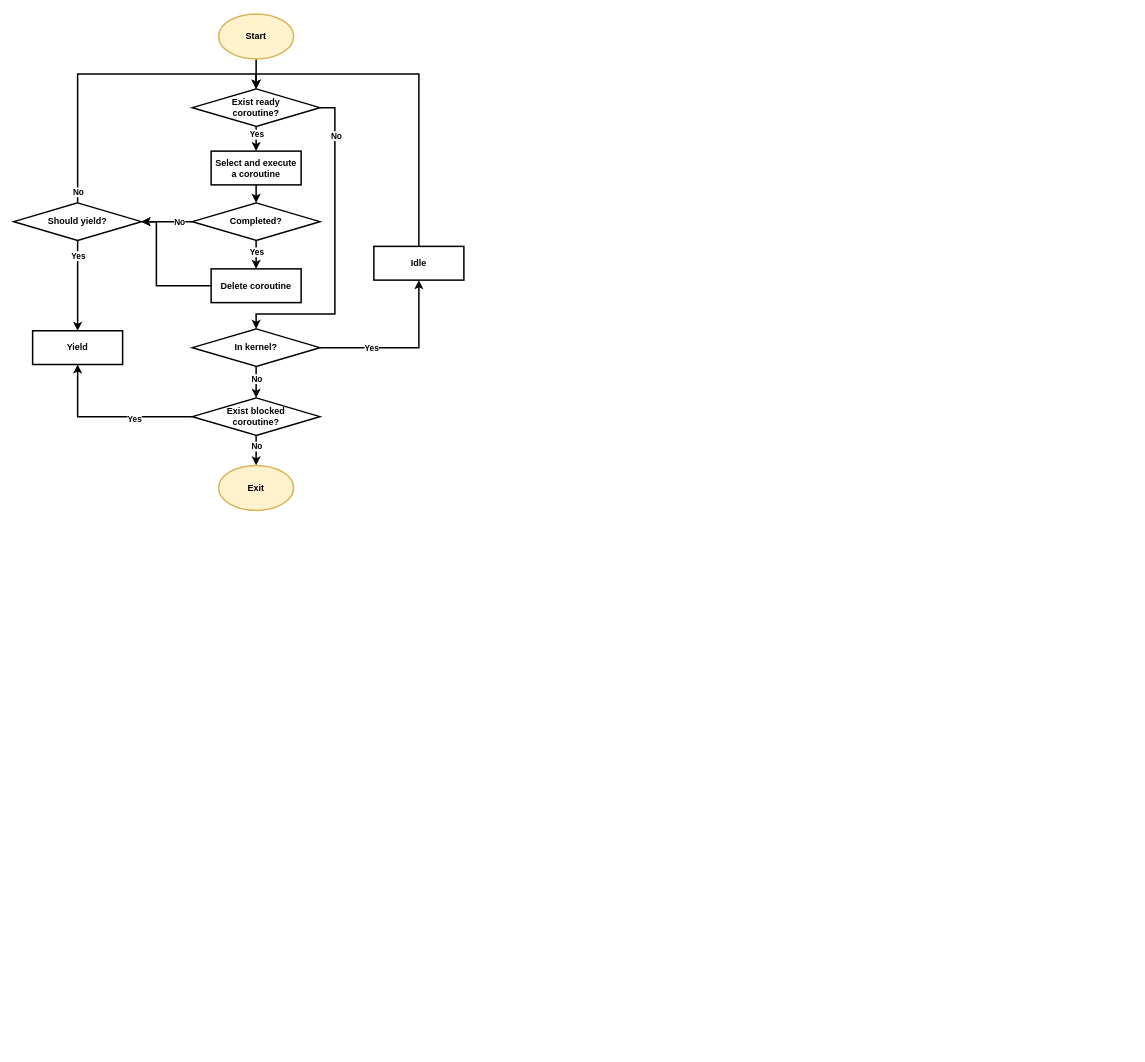
Above: Article/assets/flow.drawio in zflcs/SharedScheduler (draw.io), before the change. Source tidied: cells renumbered, new cells numbered last; positions are measured from the earlier drawing's top-left corner, leaving out a move shared by most shapes. Both pictures are drawn from the tidied source at 75%, with x=0, y=0 at pixel (14, 14).
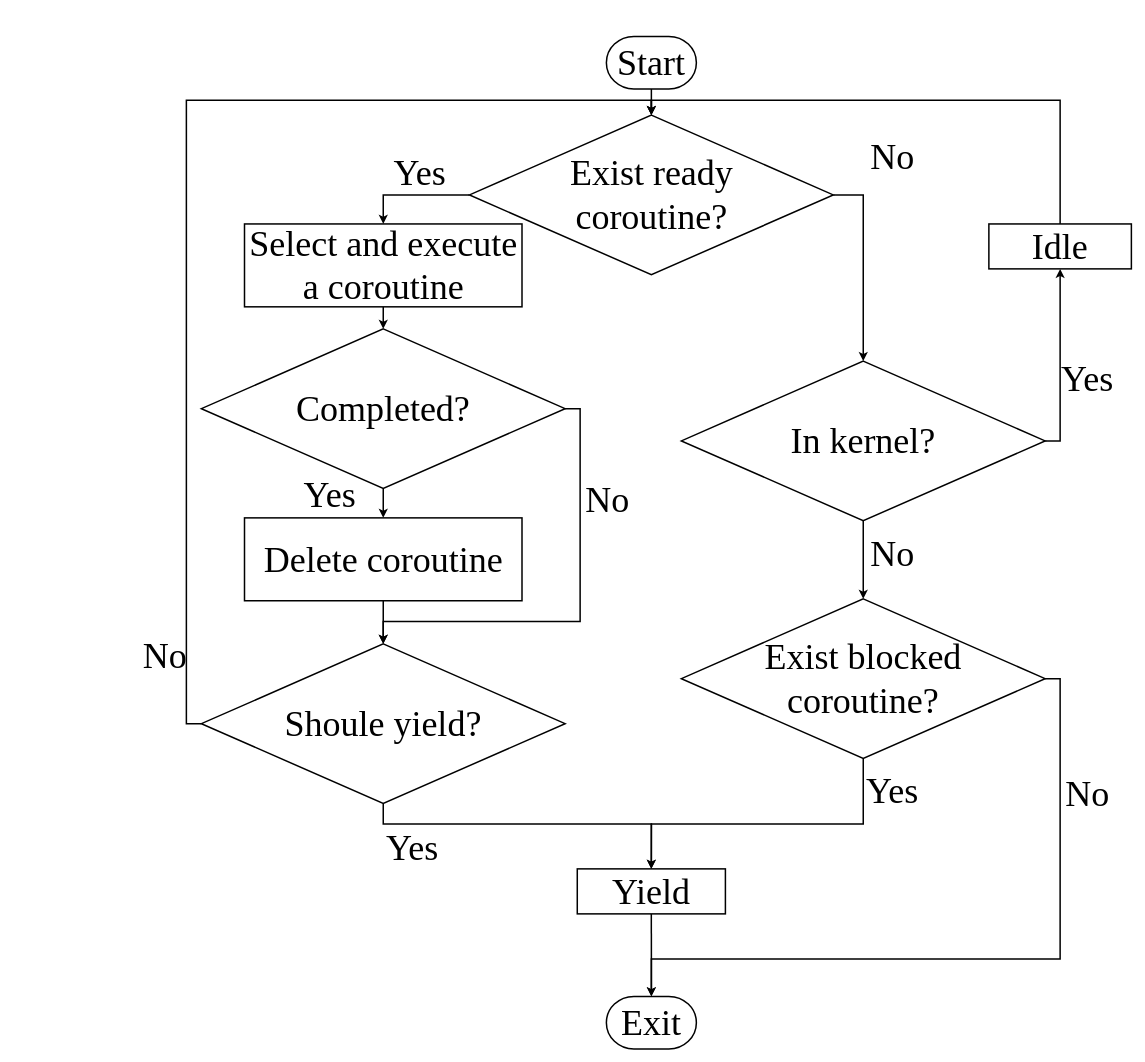
After the change.

What changed in the source:
```diff
@@
-    <mxCell id="2" style="edgeStyle=orthogonalEdgeStyle;rounded=0;jettySize=auto;html=1;strokeWidth=2;fontStyle=1;" parent="1" edge="1" source="6" target="8">
-      <mxGeometry relative="1" as="geometry" />
-    </mxCell>
-    <mxCell id="3" value="Yes" style="edgeLabel;html=1;align=center;verticalAlign=middle;fontStyle=1;" parent="2" vertex="1">
-      <mxGeometry x="-0.1" y="-2" relative="1" as="geometry">
-        <mxPoint x="-2" y="-9" as="offset" />
-      </mxGeometry>
-    </mxCell>
-    <mxCell id="4" style="edgeStyle=orthogonalEdgeStyle;rounded=0;jettySize=auto;html=1;exitX=1;exitY=0.5;exitDx=0;exitDy=0;entryX=0.5;entryY=0;entryDx=0;entryDy=0;strokeWidth=2;fontStyle=1;" parent="1" edge="1" source="6" target="36">
-      <mxGeometry relative="1" as="geometry">
-        <Array as="points">
-          <mxPoint x="428" y="125" />
-          <mxPoint x="428" y="400" />
-          <mxPoint x="323" y="400" />
-        </Array>
-      </mxGeometry>
-    </mxCell>
-    <mxCell id="5" value="No" style="edgeLabel;html=1;align=center;verticalAlign=middle;fontStyle=1;" parent="4" vertex="1">
-      <mxGeometry x="-0.01" y="1" relative="1" as="geometry">
-        <mxPoint y="-151" as="offset" />
-      </mxGeometry>
-    </mxCell>
-    <mxCell id="6" value="Exist ready &lt;br&gt;coroutine?" style="rhombus;whiteSpace=wrap;html=1;strokeWidth=2;fontStyle=1;" parent="1" vertex="1">
-      <mxGeometry x="238" y="100" width="170" height="50" as="geometry" />
-    </mxCell>
+    <mxCell id="32" style="edgeStyle=orthogonalEdgeStyle;rounded=0;jettySize=auto;html=1;exitX=0.5;exitY=1;exitDx=0;exitDy=0;exitPerimeter=0;entryX=0.5;entryY=0;entryDx=0;entryDy=0;strokeWidth=2;" parent="1" edge="1" source="33" target="6">
+      <mxGeometry relative="1" as="geometry" />
+    </mxCell>
+    <mxCell id="33" value="&lt;font face=&quot;Times New Roman&quot; style=&quot;font-size: 48px;&quot;&gt;Start&lt;/font&gt;" style="strokeWidth=2;html=1;shape=mxgraph.flowchart.terminator;whiteSpace=wrap;" parent="1" vertex="1">
+      <mxGeometry x="790" y="30" width="120" height="70" as="geometry" />
+    </mxCell>
-    <mxCell id="7" style="edgeStyle=orthogonalEdgeStyle;rounded=0;jettySize=auto;html=1;entryX=0.5;entryY=0;entryDx=0;entryDy=0;strokeWidth=2;fontStyle=1;" parent="1" edge="1" source="8" target="13">
+    <mxCell id="7" style="edgeStyle=orthogonalEdgeStyle;rounded=0;jettySize=auto;html=1;exitX=0.5;exitY=1;exitDx=0;exitDy=0;entryX=0.5;entryY=0;entryDx=0;entryDy=0;strokeWidth=2;" parent="1" edge="1" source="8" target="13">
       <mxGeometry relative="1" as="geometry" />
     </mxCell>
-    <mxCell id="8" value="Select and execute a coroutine" style="whiteSpace=wrap;html=1;strokeWidth=2;fontStyle=1;" parent="1" vertex="1">
-      <mxGeometry x="263" y="183" width="120" height="45" as="geometry" />
+    <mxCell id="8" value="&lt;font style=&quot;font-size: 48px;&quot; face=&quot;Times New Roman&quot;&gt;Select and execute a coroutine&lt;/font&gt;" style="whiteSpace=wrap;html=1;strokeWidth=2;" parent="1" vertex="1">
+      <mxGeometry x="307.5" y="280.1" width="370" height="110.5" as="geometry" />
     </mxCell>
+    <mxCell id="37" style="edgeStyle=orthogonalEdgeStyle;rounded=0;jettySize=auto;html=1;exitX=0.5;exitY=1;exitDx=0;exitDy=0;entryX=0.5;entryY=0;entryDx=0;entryDy=0;strokeWidth=2;" parent="1" edge="1" source="15" target="52">
+      <mxGeometry relative="1" as="geometry" />
+    </mxCell>
+    <mxCell id="15" value="&lt;font style=&quot;font-size: 48px;&quot; face=&quot;Times New Roman&quot;&gt;Delete coroutine&lt;/font&gt;" style="whiteSpace=wrap;html=1;strokeWidth=2;" parent="1" vertex="1">
+      <mxGeometry x="307.5" y="672" width="370" height="110.5" as="geometry" />
+    </mxCell>
+    <mxCell id="38" style="edgeStyle=orthogonalEdgeStyle;rounded=0;jettySize=auto;html=1;exitX=0.5;exitY=1;exitDx=0;exitDy=0;entryX=0.5;entryY=0;entryDx=0;entryDy=0;entryPerimeter=0;strokeWidth=2;" parent="1" edge="1" source="28" target="25">
+      <mxGeometry relative="1" as="geometry" />
+    </mxCell>
+    <mxCell id="28" value="&lt;font style=&quot;font-size: 48px;&quot; face=&quot;Times New Roman&quot;&gt;Yield&lt;/font&gt;" style="whiteSpace=wrap;html=1;strokeWidth=2;" parent="1" vertex="1">
+      <mxGeometry x="751.2" y="1140" width="197.5" height="60" as="geometry" />
+    </mxCell>
+    <mxCell id="34" style="edgeStyle=orthogonalEdgeStyle;rounded=0;jettySize=auto;html=1;exitX=0.5;exitY=1;exitDx=0;exitDy=0;entryX=0.5;entryY=0;entryDx=0;entryDy=0;strokeWidth=2;" parent="1" edge="1" source="31" target="28">
+      <mxGeometry relative="1" as="geometry">
+        <Array as="points">
+          <mxPoint x="1133" y="1080" />
+          <mxPoint x="850" y="1080" />
+        </Array>
+      </mxGeometry>
+    </mxCell>
+    <mxCell id="39" value="&lt;font style=&quot;font-size: 48px;&quot; face=&quot;Times New Roman&quot;&gt;Yes&lt;/font&gt;" style="edgeLabel;html=1;align=center;verticalAlign=middle;labelBackgroundColor=none;" parent="34" vertex="1">
+      <mxGeometry x="-0.81" y="10" relative="1" as="geometry">
+        <mxPoint x="28" y="1" as="offset" />
+      </mxGeometry>
+    </mxCell>
+    <mxCell id="29" style="edgeStyle=orthogonalEdgeStyle;rounded=0;jettySize=auto;html=1;exitX=1;exitY=0.5;exitDx=0;exitDy=0;entryX=0.5;entryY=0;entryDx=0;entryDy=0;entryPerimeter=0;strokeWidth=2;" parent="1" edge="1" source="31" target="25">
+      <mxGeometry relative="1" as="geometry">
+        <Array as="points">
+          <mxPoint x="1395" y="886" />
+          <mxPoint x="1395" y="1260" />
+          <mxPoint x="850" y="1260" />
+        </Array>
+      </mxGeometry>
+    </mxCell>
+    <mxCell id="40" value="&lt;font style=&quot;font-size: 48px;&quot; face=&quot;Times New Roman&quot;&gt;No&lt;/font&gt;" style="edgeLabel;html=1;align=center;verticalAlign=middle;labelBackgroundColor=none;" parent="29" vertex="1">
+      <mxGeometry x="-0.65" relative="1" as="geometry">
+        <mxPoint x="35" y="-1" as="offset" />
+      </mxGeometry>
+    </mxCell>
+    <mxCell id="31" value="&lt;font style=&quot;font-size: 48px;&quot; face=&quot;Times New Roman&quot;&gt;Exist blocked&lt;br style=&quot;border-color: var(--border-color);&quot;&gt;coroutine?&lt;/font&gt;" style="rhombus;whiteSpace=wrap;html=1;strokeWidth=2;" parent="1" vertex="1">
+      <mxGeometry x="890" y="780" width="485" height="212.8" as="geometry" />
+    </mxCell>
+    <mxCell id="23" style="edgeStyle=orthogonalEdgeStyle;rounded=0;jettySize=auto;html=1;exitX=0.5;exitY=1;exitDx=0;exitDy=0;entryX=0.5;entryY=0;entryDx=0;entryDy=0;strokeWidth=2;" parent="1" edge="1" source="36" target="31">
+      <mxGeometry relative="1" as="geometry" />
+    </mxCell>
+    <mxCell id="41" value="&lt;font style=&quot;font-size: 48px;&quot; face=&quot;Times New Roman&quot;&gt;No&lt;/font&gt;" style="edgeLabel;html=1;align=center;verticalAlign=middle;labelBackgroundColor=none;" parent="23" vertex="1">
+      <mxGeometry x="-0.38" y="5" relative="1" as="geometry">
+        <mxPoint x="33" y="12" as="offset" />
+      </mxGeometry>
+    </mxCell>
+    <mxCell id="21" style="edgeStyle=orthogonalEdgeStyle;rounded=0;jettySize=auto;html=1;exitX=1;exitY=0.5;exitDx=0;exitDy=0;entryX=0.5;entryY=1;entryDx=0;entryDy=0;strokeWidth=2;" parent="1" edge="1" source="36" target="27">
+      <mxGeometry relative="1" as="geometry" />
+    </mxCell>
+    <mxCell id="42" value="&lt;font style=&quot;font-size: 48px;&quot; face=&quot;Times New Roman&quot;&gt;Yes&lt;/font&gt;" style="edgeLabel;html=1;align=center;verticalAlign=middle;labelBackgroundColor=none;" parent="21" vertex="1">
+      <mxGeometry x="-0.16" y="-4" relative="1" as="geometry">
+        <mxPoint x="31" y="1" as="offset" />
+      </mxGeometry>
+    </mxCell>
+    <mxCell id="36" value="&lt;font face=&quot;Times New Roman&quot;&gt;&lt;span style=&quot;font-size: 48px;&quot;&gt;In kernel?&lt;/span&gt;&lt;/font&gt;" style="rhombus;whiteSpace=wrap;html=1;strokeWidth=2;" parent="1" vertex="1">
+      <mxGeometry x="890" y="463" width="485" height="212.8" as="geometry" />
+    </mxCell>
+    <mxCell id="2" style="edgeStyle=orthogonalEdgeStyle;rounded=0;jettySize=auto;html=1;exitX=0;exitY=0.5;exitDx=0;exitDy=0;entryX=0.5;entryY=0;entryDx=0;entryDy=0;strokeWidth=2;" parent="1" edge="1" source="6" target="8">
+      <mxGeometry relative="1" as="geometry" />
+    </mxCell>
+    <mxCell id="43" value="&lt;font style=&quot;font-size: 48px;&quot; face=&quot;Times New Roman&quot;&gt;Yes&lt;/font&gt;" style="edgeLabel;html=1;align=center;verticalAlign=middle;labelBackgroundColor=none;" parent="2" vertex="1">
+      <mxGeometry x="-0.26" y="-4" relative="1" as="geometry">
+        <mxPoint x="-10" y="-27" as="offset" />
+      </mxGeometry>
+    </mxCell>
+    <mxCell id="4" style="edgeStyle=orthogonalEdgeStyle;rounded=0;jettySize=auto;html=1;exitX=1;exitY=0.5;exitDx=0;exitDy=0;entryX=0.5;entryY=0;entryDx=0;entryDy=0;strokeWidth=2;" parent="1" edge="1" source="6" target="36">
+      <mxGeometry relative="1" as="geometry" />
+    </mxCell>
+    <mxCell id="44" value="&lt;font style=&quot;font-size: 48px;&quot; face=&quot;Times New Roman&quot;&gt;No&lt;/font&gt;" style="edgeLabel;html=1;align=center;verticalAlign=middle;labelBackgroundColor=none;" parent="4" vertex="1">
+      <mxGeometry x="-0.27" y="6" relative="1" as="geometry">
+        <mxPoint x="32" y="-107" as="offset" />
+      </mxGeometry>
+    </mxCell>
+    <mxCell id="6" value="&lt;font style=&quot;font-size: 48px;&quot; face=&quot;Times New Roman&quot;&gt;Exist ready&lt;br style=&quot;border-color: var(--border-color);&quot;&gt;&lt;span style=&quot;&quot;&gt;coroutine?&lt;/span&gt;&lt;/font&gt;" style="rhombus;whiteSpace=wrap;html=1;strokeWidth=2;" parent="1" vertex="1">
+      <mxGeometry x="607.5" y="135" width="485" height="212.8" as="geometry" />
+    </mxCell>
-    <mxCell id="9" style="edgeStyle=orthogonalEdgeStyle;rounded=0;jettySize=auto;html=1;entryX=0.5;entryY=0;entryDx=0;entryDy=0;strokeWidth=2;fontStyle=1;" parent="1" edge="1" source="13" target="15">
+    <mxCell id="9" style="edgeStyle=orthogonalEdgeStyle;rounded=0;jettySize=auto;html=1;exitX=0.5;exitY=1;exitDx=0;exitDy=0;entryX=0.5;entryY=0;entryDx=0;entryDy=0;strokeWidth=2;" parent="1" edge="1" source="13" target="15">
       <mxGeometry relative="1" as="geometry" />
     </mxCell>
-    <mxCell id="10" value="Yes" style="edgeLabel;html=1;align=center;verticalAlign=middle;fontStyle=1;" parent="9" vertex="1">
-      <mxGeometry x="0.22" y="-3" relative="1" as="geometry">
-        <mxPoint x="3" y="-7" as="offset" />
-      </mxGeometry>
-    </mxCell>
-    <mxCell id="11" style="edgeStyle=orthogonalEdgeStyle;rounded=0;jettySize=auto;html=1;exitX=0;exitY=0.5;exitDx=0;exitDy=0;entryX=1;entryY=0.5;entryDx=0;entryDy=0;strokeWidth=2;" parent="1" edge="1" source="13" target="20">
-      <mxGeometry relative="1" as="geometry">
-        <Array as="points">
-          <mxPoint x="190" y="277" />
-          <mxPoint x="190" y="277" />
-        </Array>
-      </mxGeometry>
-    </mxCell>
-    <mxCell id="12" value="&lt;b style=&quot;border-color: var(--border-color);&quot;&gt;No&lt;/b&gt;" style="edgeLabel;html=1;align=center;verticalAlign=middle;" parent="11" vertex="1">
-      <mxGeometry x="0.15" y="1" relative="1" as="geometry">
-        <mxPoint x="21" y="-1" as="offset" />
-      </mxGeometry>
-    </mxCell>
+    <mxCell id="45" value="&lt;font style=&quot;font-size: 48px;&quot; face=&quot;Times New Roman&quot;&gt;Yes&lt;/font&gt;" style="edgeLabel;html=1;align=center;verticalAlign=middle;labelBackgroundColor=none;" parent="9" vertex="1">
+      <mxGeometry x="-0.43" y="6" relative="1" as="geometry">
+        <mxPoint x="-78" y="-3" as="offset" />
+      </mxGeometry>
+    </mxCell>
+    <mxCell id="46" style="edgeStyle=orthogonalEdgeStyle;rounded=0;jettySize=auto;html=1;exitX=1;exitY=0.5;exitDx=0;exitDy=0;entryX=0.5;entryY=0;entryDx=0;entryDy=0;strokeWidth=2;" parent="1" edge="1" source="13" target="52">
+      <mxGeometry relative="1" as="geometry">
+        <Array as="points">
+          <mxPoint x="755" y="526" />
+          <mxPoint x="755" y="810" />
+          <mxPoint x="493" y="810" />
+        </Array>
+      </mxGeometry>
+    </mxCell>
+    <mxCell id="47" value="&lt;font style=&quot;font-size: 48px;&quot; face=&quot;Times New Roman&quot;&gt;No&lt;/font&gt;" style="edgeLabel;html=1;align=center;verticalAlign=middle;labelBackgroundColor=none;" parent="46" vertex="1">
+      <mxGeometry x="-0.53" y="4" relative="1" as="geometry">
+        <mxPoint x="31" as="offset" />
+      </mxGeometry>
+    </mxCell>
-    <mxCell id="13" value="Completed?" style="rhombus;whiteSpace=wrap;html=1;strokeWidth=2;fontStyle=1;" parent="1" vertex="1">
-      <mxGeometry x="238" y="252" width="170" height="50" as="geometry" />
+    <mxCell id="13" value="&lt;font face=&quot;Times New Roman&quot;&gt;&lt;span style=&quot;font-size: 48px;&quot;&gt;Completed?&lt;/span&gt;&lt;/font&gt;" style="rhombus;whiteSpace=wrap;html=1;strokeWidth=2;" parent="1" vertex="1">
+      <mxGeometry x="250" y="420" width="485" height="212.8" as="geometry" />
     </mxCell>
-    <mxCell id="14" style="edgeStyle=orthogonalEdgeStyle;rounded=0;jettySize=auto;html=1;exitX=0;exitY=0.5;exitDx=0;exitDy=0;entryX=1;entryY=0.5;entryDx=0;entryDy=0;strokeWidth=2;" parent="1" edge="1" source="15" target="20">
-      <mxGeometry relative="1" as="geometry">
-        <Array as="points">
-          <mxPoint x="190" y="363" />
-          <mxPoint x="190" y="277" />
-        </Array>
-      </mxGeometry>
-    </mxCell>
-    <mxCell id="15" value="Delete coroutine" style="whiteSpace=wrap;html=1;strokeWidth=2;fontStyle=1;" parent="1" vertex="1">
-      <mxGeometry x="263" y="340" width="120" height="45" as="geometry" />
-    </mxCell>
-    <mxCell id="16" style="edgeStyle=orthogonalEdgeStyle;rounded=0;jettySize=auto;html=1;exitX=0.5;exitY=0;exitDx=0;exitDy=0;entryX=0.5;entryY=0;entryDx=0;entryDy=0;strokeWidth=2;" parent="1" edge="1" source="20" target="6">
-      <mxGeometry relative="1" as="geometry">
-        <Array as="points">
-          <mxPoint x="85" y="80" />
-          <mxPoint x="323" y="80" />
-        </Array>
-      </mxGeometry>
-    </mxCell>
-    <mxCell id="17" value="No" style="edgeLabel;html=1;align=center;verticalAlign=middle;fontStyle=1;" parent="16" vertex="1">
-      <mxGeometry x="-0.37" y="2" relative="1" as="geometry">
-        <mxPoint x="2" y="120" as="offset" />
-      </mxGeometry>
-    </mxCell>
-    <mxCell id="18" style="edgeStyle=orthogonalEdgeStyle;rounded=0;jettySize=auto;html=1;exitX=0.5;exitY=1;exitDx=0;exitDy=0;strokeWidth=2;entryX=0.5;entryY=0;entryDx=0;entryDy=0;" parent="1" edge="1" source="20" target="28">
-      <mxGeometry relative="1" as="geometry" />
-    </mxCell>
-    <mxCell id="19" value="Yes" style="edgeLabel;html=1;align=center;verticalAlign=middle;fontStyle=1;" parent="18" vertex="1">
-      <mxGeometry x="-0.24" relative="1" as="geometry">
-        <mxPoint y="-26" as="offset" />
-      </mxGeometry>
-    </mxCell>
-    <mxCell id="20" value="Should yield?" style="rhombus;whiteSpace=wrap;html=1;strokeWidth=2;fontStyle=1;" parent="1" vertex="1">
-      <mxGeometry y="252" width="170" height="50" as="geometry" />
-    </mxCell>
-    <mxCell id="21" style="edgeStyle=orthogonalEdgeStyle;rounded=0;jettySize=auto;html=1;entryX=0.5;entryY=1;entryDx=0;entryDy=0;strokeWidth=2;fontStyle=1;exitX=1;exitY=0.5;exitDx=0;exitDy=0;" parent="1" edge="1" source="36" target="27">
-      <mxGeometry relative="1" as="geometry">
-        <Array as="points">
-          <mxPoint x="540" y="445" />
-        </Array>
-      </mxGeometry>
-    </mxCell>
-    <mxCell id="22" value="Yes" style="edgeLabel;html=1;align=center;verticalAlign=middle;fontStyle=1;" parent="21" vertex="1">
-      <mxGeometry x="-0.13" y="1" relative="1" as="geometry">
-        <mxPoint x="-29" y="1" as="offset" />
-      </mxGeometry>
-    </mxCell>
-    <mxCell id="23" style="edgeStyle=orthogonalEdgeStyle;rounded=0;jettySize=auto;html=1;strokeWidth=2;exitX=0.5;exitY=1;exitDx=0;exitDy=0;entryX=0.5;entryY=0;entryDx=0;entryDy=0;" parent="1" edge="1" source="36" target="31">
-      <mxGeometry relative="1" as="geometry" />
-    </mxCell>
-    <mxCell id="24" value="No" style="edgeLabel;html=1;align=center;verticalAlign=middle;fontStyle=1;" parent="23" vertex="1">
-      <mxGeometry x="-0.66" y="2" relative="1" as="geometry">
-        <mxPoint x="-2" y="9" as="offset" />
-      </mxGeometry>
-    </mxCell>
+    <mxCell id="48" style="edgeStyle=orthogonalEdgeStyle;rounded=0;jettySize=auto;html=1;exitX=0.5;exitY=1;exitDx=0;exitDy=0;entryX=0.5;entryY=0;entryDx=0;entryDy=0;strokeWidth=2;" parent="1" edge="1" source="52" target="28">
+      <mxGeometry relative="1" as="geometry">
+        <Array as="points">
+          <mxPoint x="493" y="1080" />
+          <mxPoint x="850" y="1080" />
+        </Array>
+      </mxGeometry>
+    </mxCell>
+    <mxCell id="49" value="&lt;font style=&quot;font-size: 48px;&quot; face=&quot;Times New Roman&quot;&gt;Yes&lt;/font&gt;" style="edgeLabel;html=1;align=center;verticalAlign=middle;labelBackgroundColor=none;" parent="48" vertex="1">
+      <mxGeometry x="-0.37" y="-4" relative="1" as="geometry">
+        <mxPoint x="-75" y="26" as="offset" />
+      </mxGeometry>
+    </mxCell>
+    <mxCell id="50" style="edgeStyle=orthogonalEdgeStyle;rounded=0;jettySize=auto;html=1;exitX=0;exitY=0.5;exitDx=0;exitDy=0;entryX=0.5;entryY=0;entryDx=0;entryDy=0;strokeWidth=2;" parent="1" edge="1" source="52" target="6">
+      <mxGeometry relative="1" as="geometry" />
+    </mxCell>
+    <mxCell id="51" value="&lt;font style=&quot;font-size: 48px;&quot; face=&quot;Times New Roman&quot;&gt;No&lt;/font&gt;" style="edgeLabel;html=1;align=center;verticalAlign=middle;labelBackgroundColor=none;" parent="50" vertex="1">
+      <mxGeometry x="-0.85" y="4" relative="1" as="geometry">
+        <mxPoint x="-26" y="1" as="offset" />
+      </mxGeometry>
+    </mxCell>
+    <mxCell id="52" value="&lt;font face=&quot;Times New Roman&quot;&gt;&lt;span style=&quot;font-size: 48px;&quot;&gt;Shoule yield?&lt;/span&gt;&lt;/font&gt;" style="rhombus;whiteSpace=wrap;html=1;strokeWidth=2;" parent="1" vertex="1">
+      <mxGeometry x="250" y="840" width="485" height="212.8" as="geometry" />
+    </mxCell>
-    <mxCell id="25" value="Exit" style="strokeWidth=2;html=1;shape=mxgraph.flowchart.start_1;whiteSpace=wrap;fontStyle=1;fillColor=#fff2cc;strokeColor=#d6b656;" parent="1" vertex="1">
-      <mxGeometry x="273" y="602" width="100" height="60" as="geometry" />
+    <mxCell id="25" value="&lt;font face=&quot;Times New Roman&quot; style=&quot;font-size: 48px;&quot;&gt;Exit&lt;/font&gt;" style="strokeWidth=2;html=1;shape=mxgraph.flowchart.terminator;whiteSpace=wrap;" parent="1" vertex="1">
+      <mxGeometry x="790" y="1310" width="120" height="70" as="geometry" />
     </mxCell>
-    <mxCell id="26" style="edgeStyle=orthogonalEdgeStyle;rounded=0;jettySize=auto;html=1;exitX=0.5;exitY=0;exitDx=0;exitDy=0;entryX=0.5;entryY=0;entryDx=0;entryDy=0;strokeWidth=2;fontStyle=1;" parent="1" edge="1" source="27" target="6">
-      <mxGeometry relative="1" as="geometry">
-        <Array as="points">
-          <mxPoint x="540" y="80" />
-          <mxPoint x="323" y="80" />
-        </Array>
-      </mxGeometry>
+    <mxCell id="26" style="edgeStyle=orthogonalEdgeStyle;rounded=0;jettySize=auto;html=1;exitX=0.5;exitY=0;exitDx=0;exitDy=0;entryX=0.5;entryY=0;entryDx=0;entryDy=0;strokeWidth=2;" parent="1" edge="1" source="27" target="6">
+      <mxGeometry relative="1" as="geometry" />
     </mxCell>
-    <mxCell id="27" value="Idle" style="whiteSpace=wrap;html=1;strokeWidth=2;fontStyle=1;" parent="1" vertex="1">
-      <mxGeometry x="480" y="310" width="120" height="45" as="geometry" />
+    <mxCell id="27" value="&lt;font style=&quot;font-size: 48px;&quot; face=&quot;Times New Roman&quot;&gt;Idle&lt;/font&gt;" style="whiteSpace=wrap;html=1;strokeWidth=2;" parent="1" vertex="1">
+      <mxGeometry x="1300" y="280.1" width="190" height="59.9" as="geometry" />
     </mxCell>
-    <mxCell id="28" value="Yield" style="whiteSpace=wrap;html=1;strokeWidth=2;fontStyle=1;" parent="1" vertex="1">
-      <mxGeometry x="25" y="422.5" width="120" height="45" as="geometry" />
-    </mxCell>
-    <mxCell id="29" style="edgeStyle=orthogonalEdgeStyle;rounded=0;jettySize=auto;html=1;strokeWidth=2;entryX=0.5;entryY=0;entryDx=0;entryDy=0;entryPerimeter=0;exitX=0.5;exitY=1;exitDx=0;exitDy=0;" parent="1" edge="1" source="31" target="25">
-      <mxGeometry relative="1" as="geometry" />
-    </mxCell>
-    <mxCell id="30" value="No" style="edgeLabel;html=1;align=center;verticalAlign=middle;fontStyle=1;" parent="29" vertex="1">
-      <mxGeometry x="-0.63" relative="1" as="geometry">
-        <mxPoint y="7" as="offset" />
-      </mxGeometry>
-    </mxCell>
-    <mxCell id="31" value="Exist blocked &lt;br&gt;coroutine?" style="rhombus;whiteSpace=wrap;html=1;strokeWidth=2;fontStyle=1;" parent="1" vertex="1">
-      <mxGeometry x="238" y="512" width="170" height="50" as="geometry" />
-    </mxCell>
-    <mxCell id="32" style="edgeStyle=orthogonalEdgeStyle;rounded=0;jettySize=auto;html=1;exitX=0.5;exitY=1;exitDx=0;exitDy=0;exitPerimeter=0;entryX=0.5;entryY=0;entryDx=0;entryDy=0;strokeWidth=2;" parent="1" edge="1" source="33" target="6">
-      <mxGeometry relative="1" as="geometry">
-        <Array as="points">
-          <mxPoint x="323" y="50" />
-          <mxPoint x="323" y="50" />
-        </Array>
-      </mxGeometry>
-    </mxCell>
-    <mxCell id="33" value="Start" style="strokeWidth=2;html=1;shape=mxgraph.flowchart.start_1;whiteSpace=wrap;fontStyle=1;fillColor=#fff2cc;strokeColor=#d6b656;" parent="1" vertex="1">
-      <mxGeometry x="273" width="100" height="60" as="geometry" />
-    </mxCell>
-    <mxCell id="34" style="edgeStyle=orthogonalEdgeStyle;rounded=0;jettySize=auto;html=1;exitX=0;exitY=0.5;exitDx=0;exitDy=0;entryX=0.5;entryY=1;entryDx=0;entryDy=0;strokeWidth=2;" parent="1" edge="1" source="31" target="28">
-      <mxGeometry relative="1" as="geometry">
-        <Array as="points">
-          <mxPoint x="85" y="537" />
-        </Array>
-      </mxGeometry>
-    </mxCell>
-    <mxCell id="35" value="Yes" style="edgeLabel;html=1;align=center;verticalAlign=middle;fontStyle=1;" parent="34" vertex="1">
-      <mxGeometry x="-0.31" relative="1" as="geometry">
-        <mxPoint x="-1" y="3" as="offset" />
-      </mxGeometry>
-    </mxCell>
-    <mxCell id="36" value="In kernel?" style="rhombus;whiteSpace=wrap;html=1;strokeWidth=2;fontStyle=1;" parent="1" vertex="1">
-      <mxGeometry x="238" y="420" width="170" height="50" as="geometry" />
-    </mxCell>
```
